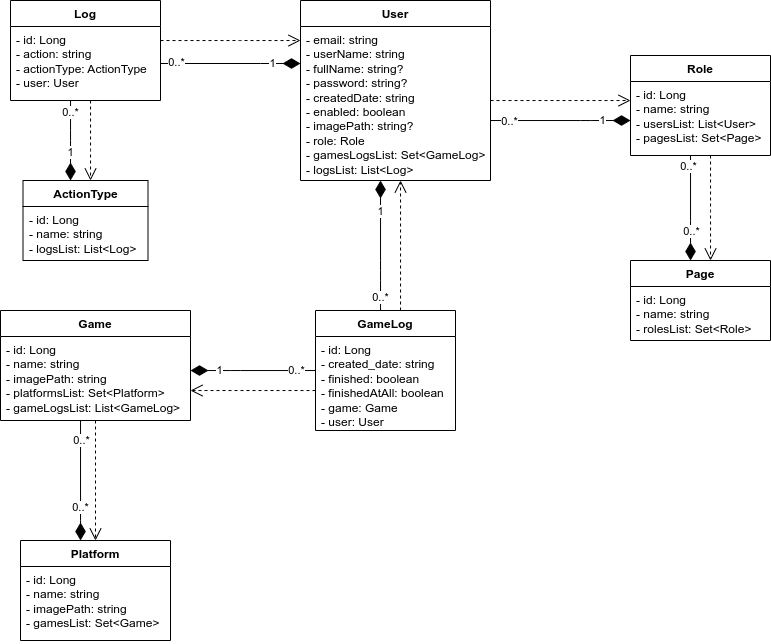
Before: Images/G-Tracker-Business-UML.png, a diagram exported from draw.io (sh4dow18/G-Tracker). Source tidied: cells renumbered, new cells last; positions are measured from the earlier drawing's top-left corner, leaving out a move shared by most shapes.
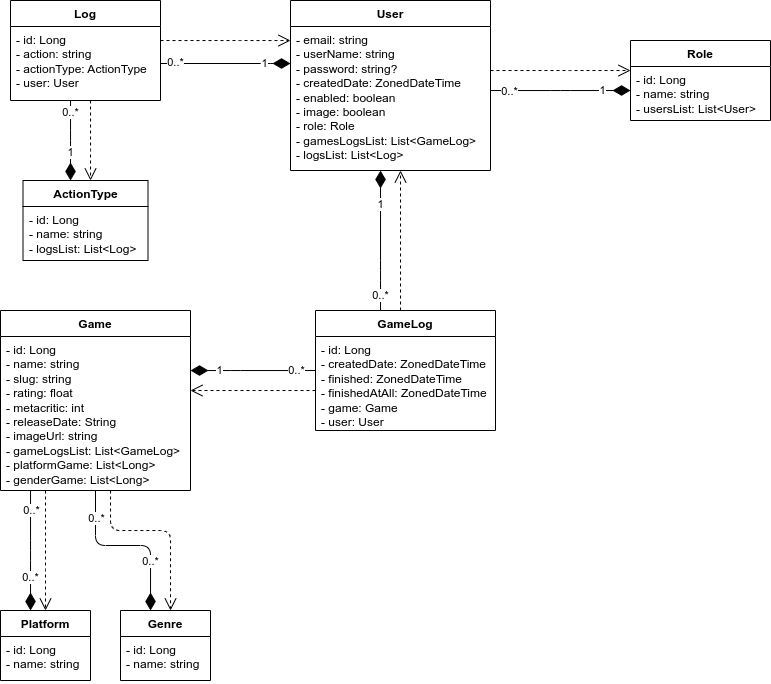
Above is the later version.

Change to the diagram source:
```diff
@@ -5,8 +5,8 @@
     <mxCell id="2" style="edgeStyle=orthogonalEdgeStyle;rounded=1;jettySize=auto;html=1;strokeWidth=1;endArrow=diamondThin;endFill=1;endSize=15;" parent="1" edge="1" source="6" target="12">
       <mxGeometry relative="1" as="geometry">
         <Array as="points">
-          <mxPoint x="590" y="120" />
-          <mxPoint x="590" y="120" />
+          <mxPoint x="560" y="90" />
+          <mxPoint x="560" y="90" />
         </Array>
       </mxGeometry>
     </mxCell>
@@ -21,56 +21,28 @@
     <mxCell id="5" style="edgeStyle=orthogonalEdgeStyle;rounded=1;jettySize=auto;html=1;startSize=6;endArrow=open;endFill=0;dashed=1;endSize=10;" parent="1" edge="1" source="6" target="12">
       <mxGeometry relative="1" as="geometry">
         <Array as="points">
-          <mxPoint x="570" y="100" />
-          <mxPoint x="570" y="100" />
+          <mxPoint x="560" y="70" />
+          <mxPoint x="560" y="70" />
         </Array>
       </mxGeometry>
     </mxCell>
     <mxCell id="6" value="User" style="swimlane;fontStyle=1;align=center;verticalAlign=top;horizontal=1;startSize=26;whiteSpace=wrap;html=1;" parent="1" vertex="1">
-      <mxGeometry x="300" width="190" height="180" as="geometry" />
+      <mxGeometry x="290" width="200" height="170" as="geometry" />
     </mxCell>
-    <mxCell id="7" value="- email: string&lt;br&gt;- userName: string&lt;br&gt;- fullName: string?&lt;br&gt;- password: string?&lt;br&gt;- createdDate: string&lt;br&gt;- enabled: boolean&lt;br&gt;- imagePath: string?&lt;br&gt;- role: Role&lt;br&gt;- gamesLogsList: Set&amp;lt;GameLog&amp;gt;&lt;br&gt;- logsList: List&amp;lt;Log&amp;gt;" style="text;strokeColor=none;fillColor=none;align=left;verticalAlign=top;spacingLeft=4;spacingRight=4;overflow=hidden;whiteSpace=wrap;html=1;" parent="6" vertex="1">
-      <mxGeometry y="26" width="190" height="154" as="geometry" />
+    <mxCell id="7" value="- email: string&lt;br&gt;- userName: string&lt;br&gt;- password: string?&lt;br&gt;- createdDate: ZonedDateTime&lt;br&gt;- enabled: boolean&lt;br&gt;- image: boolean&lt;br&gt;- role: Role&lt;br&gt;- gamesLogsList: List&amp;lt;GameLog&amp;gt;&lt;br&gt;- logsList: List&amp;lt;Log&amp;gt;" style="text;strokeColor=none;fillColor=none;align=left;verticalAlign=top;spacingLeft=4;spacingRight=4;overflow=hidden;whiteSpace=wrap;html=1;" parent="6" vertex="1">
+      <mxGeometry y="26" width="200" height="144" as="geometry" />
     </mxCell>
-    <mxCell id="8" style="edgeStyle=orthogonalEdgeStyle;rounded=1;jettySize=auto;html=1;strokeWidth=1;endArrow=diamondThin;endFill=1;endSize=15;" parent="1" edge="1" source="12" target="14">
-      <mxGeometry relative="1" as="geometry">
-        <Array as="points">
-          <mxPoint x="690" y="230" />
-          <mxPoint x="690" y="230" />
-        </Array>
-      </mxGeometry>
-    </mxCell>
-    <mxCell id="9" value="0..*" style="edgeLabel;html=1;align=center;verticalAlign=middle;" parent="8" vertex="1">
-      <mxGeometry x="-0.79" y="-2" relative="1" as="geometry" />
-    </mxCell>
-    <mxCell id="10" value="0..*" style="edgeLabel;html=1;align=center;verticalAlign=middle;" parent="8" vertex="1">
-      <mxGeometry x="0.43" y="1" relative="1" as="geometry" />
-    </mxCell>
-    <mxCell id="11" style="edgeStyle=orthogonalEdgeStyle;rounded=1;jettySize=auto;html=1;startSize=6;endArrow=open;endFill=0;dashed=1;endSize=10;" parent="1" edge="1" source="12" target="14">
-      <mxGeometry relative="1" as="geometry">
-        <Array as="points">
-          <mxPoint x="710" y="220" />
-          <mxPoint x="710" y="220" />
-        </Array>
-      </mxGeometry>
-    </mxCell>
     <mxCell id="12" value="Role" style="swimlane;fontStyle=1;align=center;verticalAlign=top;horizontal=1;startSize=26;whiteSpace=wrap;html=1;" parent="1" vertex="1">
-      <mxGeometry x="630" y="55" width="140" height="100" as="geometry" />
+      <mxGeometry x="630" y="40" width="140" height="80" as="geometry" />
     </mxCell>
-    <mxCell id="13" value="- id: Long&lt;br&gt;- name: string&lt;br&gt;- usersList: List&amp;lt;User&amp;gt;&lt;br&gt;- pagesList: Set&amp;lt;Page&amp;gt;" style="text;strokeColor=none;fillColor=none;align=left;verticalAlign=top;spacingLeft=4;spacingRight=4;overflow=hidden;whiteSpace=wrap;html=1;" parent="12" vertex="1">
-      <mxGeometry y="26" width="140" height="74" as="geometry" />
+    <mxCell id="13" value="- id: Long&lt;br&gt;- name: string&lt;br&gt;- usersList: List&amp;lt;User&amp;gt;" style="text;strokeColor=none;fillColor=none;align=left;verticalAlign=top;spacingLeft=4;spacingRight=4;overflow=hidden;whiteSpace=wrap;html=1;" parent="12" vertex="1">
+      <mxGeometry y="26" width="140" height="54" as="geometry" />
     </mxCell>
-    <mxCell id="14" value="Page" style="swimlane;fontStyle=1;align=center;verticalAlign=top;horizontal=1;startSize=26;whiteSpace=wrap;html=1;" parent="1" vertex="1">
-      <mxGeometry x="630" y="260" width="140" height="80" as="geometry" />
-    </mxCell>
-    <mxCell id="15" value="- id: Long&lt;br&gt;- name: string&lt;br&gt;- rolesList: Set&amp;lt;Role&amp;gt;" style="text;strokeColor=none;fillColor=none;align=left;verticalAlign=top;spacingLeft=4;spacingRight=4;overflow=hidden;whiteSpace=wrap;html=1;" parent="14" vertex="1">
-      <mxGeometry y="26" width="140" height="54" as="geometry" />
-    </mxCell>
     <mxCell id="16" style="edgeStyle=orthogonalEdgeStyle;rounded=1;jettySize=auto;html=1;strokeWidth=1;endArrow=diamondThin;endFill=1;endSize=15;" parent="1" edge="1" source="20" target="22">
       <mxGeometry relative="1" as="geometry">
         <Array as="points">
-          <mxPoint x="80" y="520" />
-          <mxPoint x="80" y="520" />
+          <mxPoint x="30" y="550" />
+          <mxPoint x="30" y="550" />
         </Array>
       </mxGeometry>
     </mxCell>
@@ -83,19 +55,24 @@
       </mxGeometry>
     </mxCell>
     <mxCell id="19" style="edgeStyle=orthogonalEdgeStyle;rounded=1;jettySize=auto;html=1;startSize=6;endArrow=open;endFill=0;dashed=1;endSize=10;" parent="1" edge="1" source="20" target="22">
-      <mxGeometry relative="1" as="geometry" />
+      <mxGeometry relative="1" as="geometry">
+        <Array as="points">
+          <mxPoint x="45" y="560" />
+          <mxPoint x="45" y="560" />
+        </Array>
+      </mxGeometry>
     </mxCell>
     <mxCell id="20" value="Game" style="swimlane;fontStyle=1;align=center;verticalAlign=top;horizontal=1;startSize=26;whiteSpace=wrap;html=1;" parent="1" vertex="1">
-      <mxGeometry y="310" width="190" height="110" as="geometry" />
+      <mxGeometry y="310" width="190" height="180" as="geometry" />
     </mxCell>
-    <mxCell id="21" value="- id: Long&lt;br&gt;- name: string&lt;br&gt;- imagePath: string&lt;br&gt;- platformsList: Set&amp;lt;Platform&amp;gt;&lt;br&gt;- gameLogsList: List&amp;lt;GameLog&amp;gt;" style="text;strokeColor=none;fillColor=none;align=left;verticalAlign=top;spacingLeft=4;spacingRight=4;overflow=hidden;whiteSpace=wrap;html=1;" parent="20" vertex="1">
-      <mxGeometry y="26" width="190" height="84" as="geometry" />
+    <mxCell id="21" value="- id: Long&lt;br&gt;- name: string&lt;br&gt;- slug: string&lt;br&gt;- rating: float&lt;br&gt;- metacritic: int&lt;br&gt;-&amp;nbsp;releaseDate: String&lt;br&gt;- imageUrl: string&lt;br&gt;- gameLogsList: List&amp;lt;GameLog&amp;gt;&lt;br&gt;- platformGame: List&amp;lt;Long&amp;gt;&lt;br&gt;- genderGame: List&amp;lt;Long&amp;gt;" style="text;strokeColor=none;fillColor=none;align=left;verticalAlign=top;spacingLeft=4;spacingRight=4;overflow=hidden;whiteSpace=wrap;html=1;" parent="20" vertex="1">
+      <mxGeometry y="26" width="190" height="154" as="geometry" />
     </mxCell>
     <mxCell id="22" value="Platform" style="swimlane;fontStyle=1;align=center;verticalAlign=top;horizontal=1;startSize=26;whiteSpace=wrap;html=1;" parent="1" vertex="1">
-      <mxGeometry x="20" y="540" width="150" height="100" as="geometry" />
+      <mxGeometry y="610" width="90" height="70" as="geometry" />
     </mxCell>
-    <mxCell id="23" value="- id: Long&lt;br&gt;- name: string&lt;br&gt;- imagePath: string&lt;br&gt;- gamesList: Set&amp;lt;Game&amp;gt;" style="text;strokeColor=none;fillColor=none;align=left;verticalAlign=top;spacingLeft=4;spacingRight=4;overflow=hidden;whiteSpace=wrap;html=1;" parent="22" vertex="1">
-      <mxGeometry y="26" width="150" height="74" as="geometry" />
+    <mxCell id="23" value="- id: Long&lt;br&gt;- name: string" style="text;strokeColor=none;fillColor=none;align=left;verticalAlign=top;spacingLeft=4;spacingRight=4;overflow=hidden;whiteSpace=wrap;html=1;" parent="22" vertex="1">
+      <mxGeometry y="26" width="90" height="44" as="geometry" />
     </mxCell>
     <mxCell id="24" style="edgeStyle=orthogonalEdgeStyle;rounded=1;jettySize=auto;html=1;strokeWidth=1;endArrow=diamondThin;endFill=1;endSize=15;" parent="1" edge="1" source="32" target="6">
       <mxGeometry relative="1" as="geometry">
@@ -148,10 +125,10 @@
       </mxGeometry>
     </mxCell>
     <mxCell id="32" value="GameLog" style="swimlane;fontStyle=1;align=center;verticalAlign=top;horizontal=1;startSize=26;whiteSpace=wrap;html=1;" parent="1" vertex="1">
-      <mxGeometry x="315" y="310" width="140" height="120" as="geometry" />
+      <mxGeometry x="315" y="310" width="180" height="120" as="geometry" />
     </mxCell>
-    <mxCell id="33" value="- id: Long&lt;br&gt;- created_date: string&lt;br&gt;- finished: boolean&lt;br&gt;- finishedAtAll: boolean&lt;br&gt;- game: Game&lt;br&gt;- user: User" style="text;strokeColor=none;fillColor=none;align=left;verticalAlign=top;spacingLeft=4;spacingRight=4;overflow=hidden;whiteSpace=wrap;html=1;" parent="32" vertex="1">
-      <mxGeometry y="26" width="140" height="94" as="geometry" />
+    <mxCell id="33" value="- id: Long&lt;br&gt;- createdDate: ZonedDateTime&lt;br&gt;- finished: ZonedDateTime&lt;br&gt;- finishedAtAll: ZonedDateTime&lt;br&gt;- game: Game&lt;br&gt;- user: User" style="text;strokeColor=none;fillColor=none;align=left;verticalAlign=top;spacingLeft=4;spacingRight=4;overflow=hidden;whiteSpace=wrap;html=1;" parent="32" vertex="1">
+      <mxGeometry y="26" width="180" height="94" as="geometry" />
     </mxCell>
     <mxCell id="34" style="edgeStyle=orthogonalEdgeStyle;rounded=1;jettySize=auto;html=1;dashed=1;endArrow=open;endFill=0;endSize=10;" parent="1" edge="1" source="39" target="6">
       <mxGeometry relative="1" as="geometry">
@@ -209,5 +186,35 @@
     <mxCell id="45" value="0..*" style="edgeLabel;html=1;align=center;verticalAlign=middle;" parent="43" vertex="1">
       <mxGeometry x="-0.77" y="1" relative="1" as="geometry" />
     </mxCell>
+    <mxCell id="46" value="Genre" style="swimlane;fontStyle=1;align=center;verticalAlign=top;horizontal=1;startSize=26;whiteSpace=wrap;html=1;" parent="1" vertex="1">
+      <mxGeometry x="120" y="610" width="90" height="70" as="geometry" />
+    </mxCell>
+    <mxCell id="47" value="- id: Long&lt;br&gt;- name: string" style="text;strokeColor=none;fillColor=none;align=left;verticalAlign=top;spacingLeft=4;spacingRight=4;overflow=hidden;whiteSpace=wrap;html=1;" parent="46" vertex="1">
+      <mxGeometry y="26" width="90" height="44" as="geometry" />
+    </mxCell>
+    <mxCell id="48" style="edgeStyle=orthogonalEdgeStyle;rounded=1;jettySize=auto;html=1;strokeWidth=1;endArrow=diamondThin;endFill=1;endSize=15;" parent="1" edge="1" source="20" target="46">
+      <mxGeometry relative="1" as="geometry">
+        <Array as="points">
+          <mxPoint x="95" y="545" />
+          <mxPoint x="150" y="545" />
+        </Array>
+      </mxGeometry>
+    </mxCell>
+    <mxCell id="49" value="0..*" style="edgeLabel;html=1;align=center;verticalAlign=middle;" parent="48" vertex="1">
+      <mxGeometry x="-0.68" y="1" relative="1" as="geometry" />
+    </mxCell>
+    <mxCell id="50" value="0..*" style="edgeLabel;html=1;align=center;verticalAlign=middle;" parent="48" vertex="1">
+      <mxGeometry x="0.44" y="2" relative="1" as="geometry">
+        <mxPoint x="-2" as="offset" />
+      </mxGeometry>
+    </mxCell>
+    <mxCell id="51" style="edgeStyle=orthogonalEdgeStyle;rounded=1;jettySize=auto;html=1;startSize=6;endArrow=open;endFill=0;dashed=1;endSize=10;" parent="1" edge="1" source="20" target="46">
+      <mxGeometry relative="1" as="geometry">
+        <Array as="points">
+          <mxPoint x="110" y="530" />
+          <mxPoint x="170" y="530" />
+        </Array>
+      </mxGeometry>
+    </mxCell>
   </root>
 </mxGraphModel>
```
